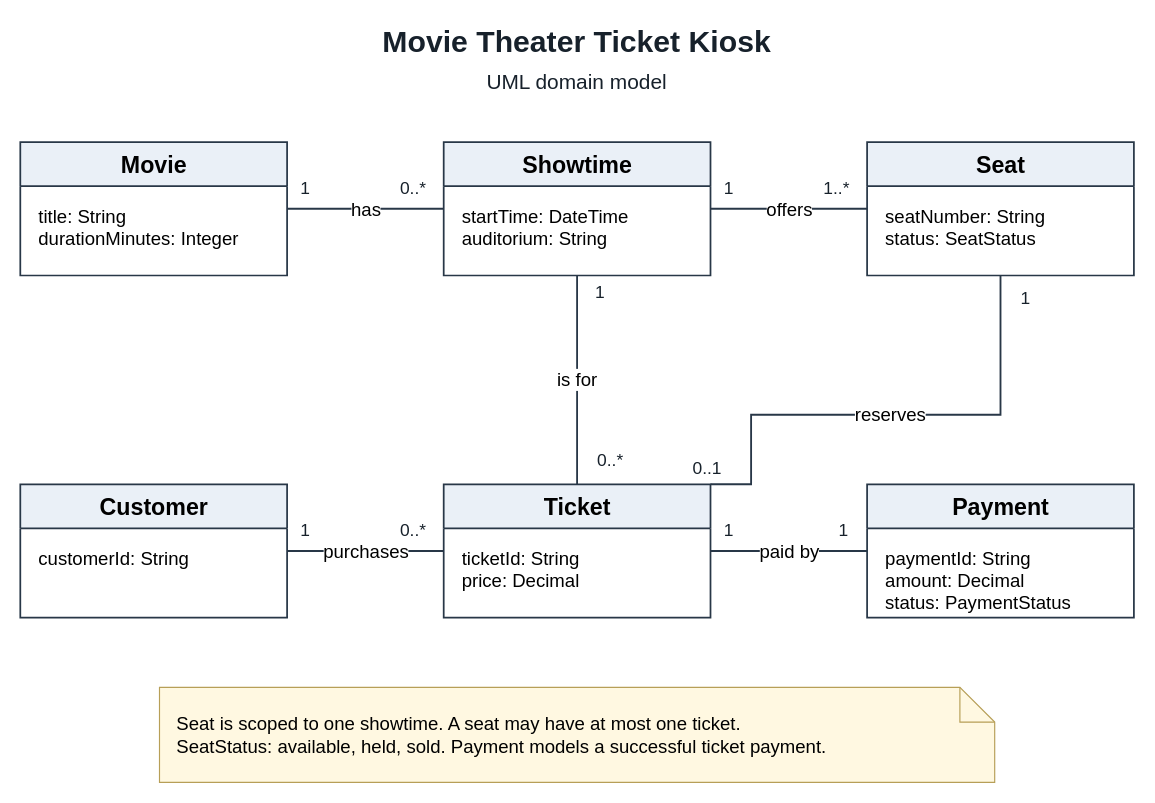
CaptainJS88/HW1-Movie-Kiosk keeps this draw.io diagram as diagrams/Movie-Kiosk-Domain-Model.drawio. Above is the earlier version. Source tidied: cells renumbered, new cells numbered last; positions are measured from the earlier drawing's top-left corner, leaving out a move shared by most shapes. Both pictures are drawn from the tidied source at 116%, with x=0, y=0 at pixel (20, 20).
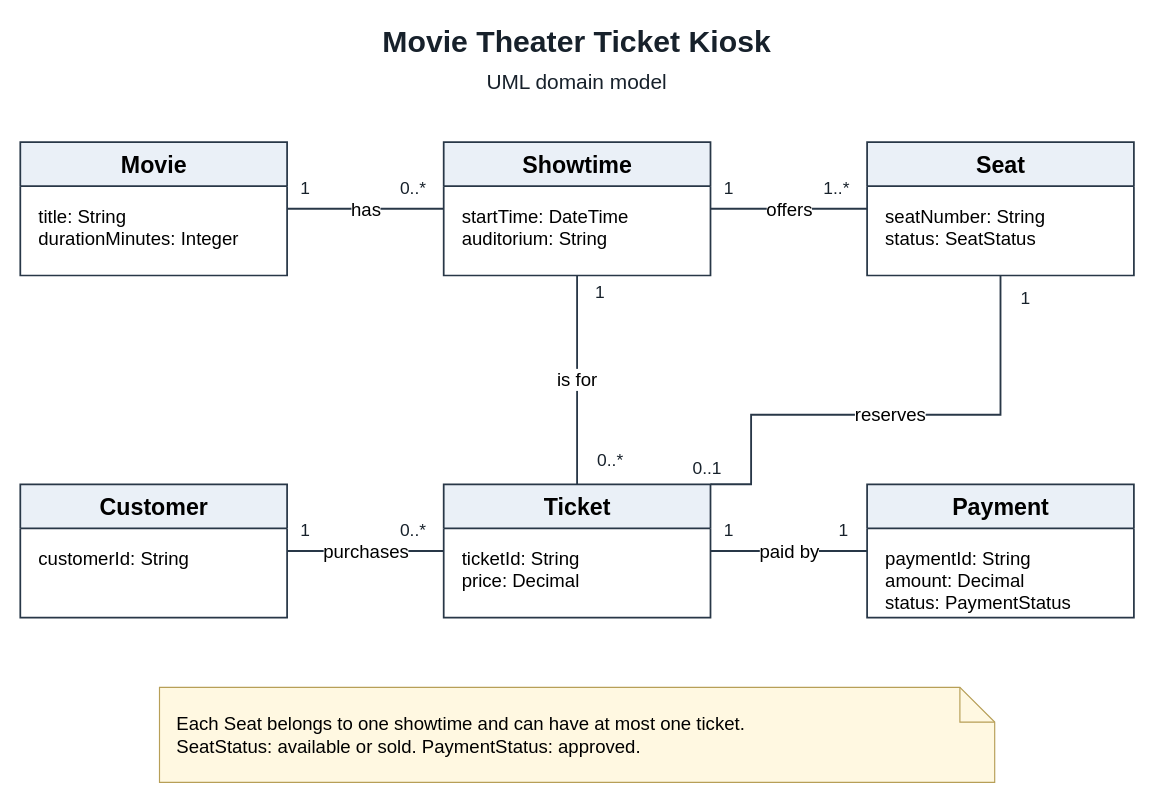
The same page after the edit.

Commit message (it also covers changes not shown here):
Simplify kiosk requirements and purchase flow

The edit, as a diff of the source:
```diff
@@
-    <mxCell id="34" value="Seat is scoped to one showtime. A seat may have at most one ticket.&lt;br&gt;SeatStatus: available, held, sold. Payment models a successful ticket payment." style="shape=note;html=1;whiteSpace=wrap;align=left;spacing=15;fontFamily=Helvetica;fontSize=16;fillColor=#FFF8E1;strokeColor=#B79F57;" parent="1" vertex="1">
+    <mxCell id="34" value="Each Seat belongs to one showtime and can have at most one ticket.&lt;br&gt;SeatStatus: available or sold. PaymentStatus: approved." style="shape=note;html=1;whiteSpace=wrap;align=left;spacing=15;fontFamily=Helvetica;fontSize=16;fillColor=#FFF8E1;strokeColor=#B79F57;" parent="1" vertex="1">
       <mxGeometry x="120" y="575" width="720" height="82" as="geometry" />
     </mxCell>
```
